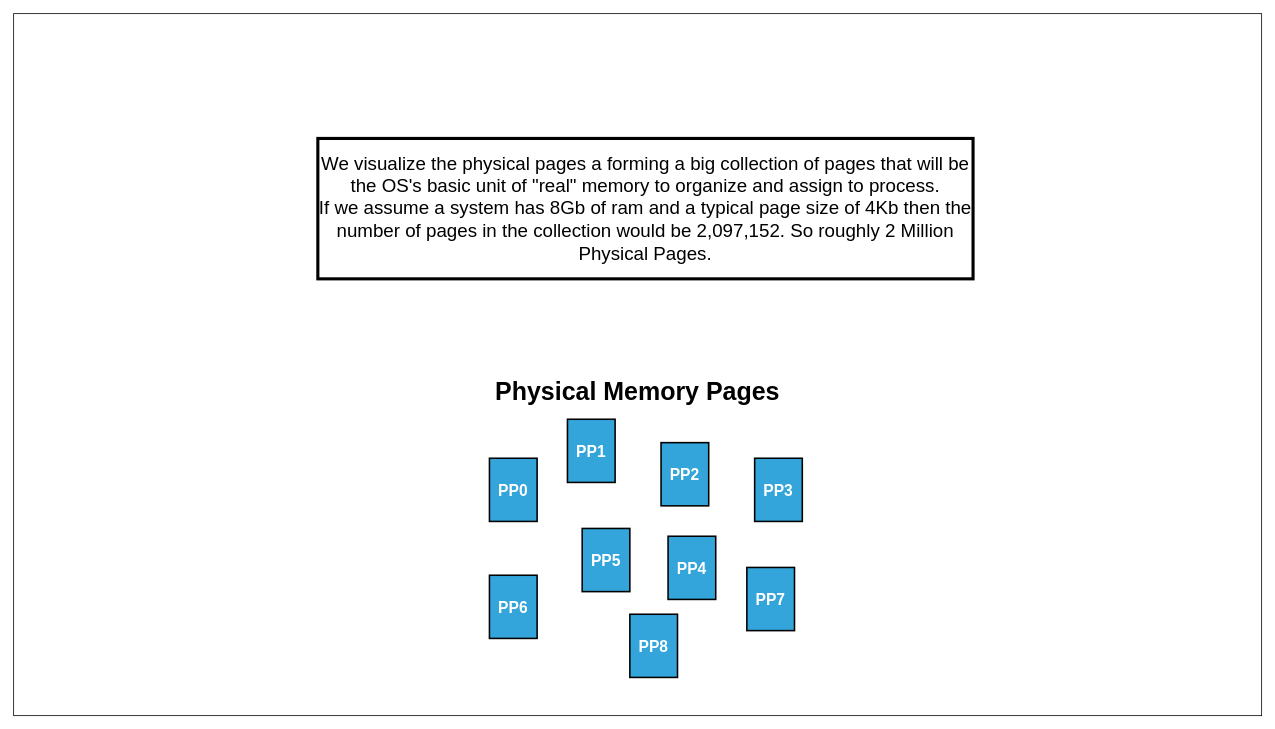
Above: page "PhysMem-004" (4 of 27) of underthecovers/images/src/VMM.drawio in jappavoo/UndertheCovers (draw.io), before the change. Source tidied: cells renumbered, new cells numbered last; positions are measured from the earlier drawing's top-left corner, leaving out a move shared by most shapes. Both pictures are drawn from the tidied source at 78%, with x=0, y=0 at pixel (13, 13).
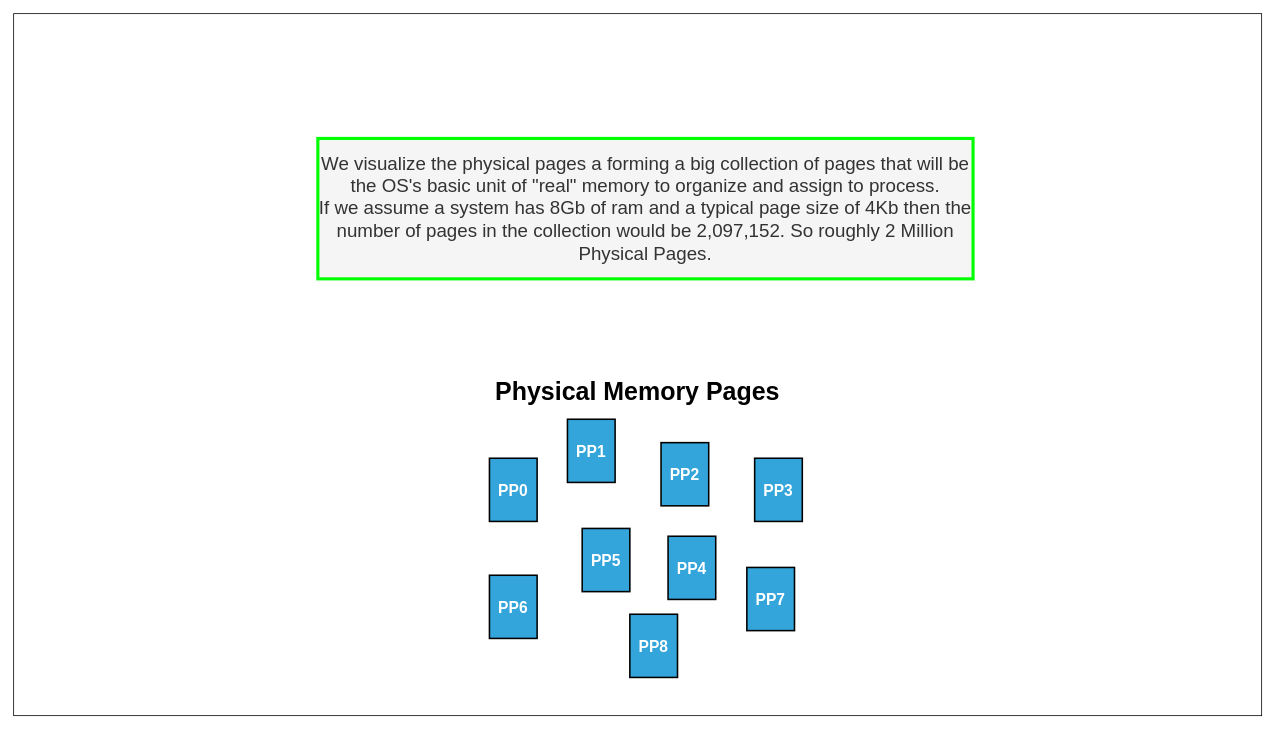
The same diagram, later.

What changed in the source:
```diff
@@
 <mxGraphModel>
   <root>
     <mxCell id="0" />
     <mxCell id="1" parent="0" />
     <mxCell id="2" style="rounded=0;whiteSpace=wrap;html=1;fontSize=20;fillColor=default;" parent="1" vertex="1">
       <mxGeometry width="1600" height="900" as="geometry" />
     </mxCell>
-    <mxCell id="3" value="We visualize the physical pages a forming a big collection of pages that will be the OS's basic unit of &quot;real&quot; memory to organize and assign to process.&lt;br&gt;If we assume a system has 8Gb of ram and a typical page size of 4Kb then the number of pages in the collection would be 2,097,152. So roughly 2 Million Physical Pages." style="rounded=0;whiteSpace=wrap;html=1;strokeWidth=4;fontSize=24;" parent="1" vertex="1">
+    <mxCell id="3" value="We visualize the physical pages a forming a big collection of pages that will be the OS's basic unit of &quot;real&quot; memory to organize and assign to process.&lt;br&gt;If we assume a system has 8Gb of ram and a typical page size of 4Kb then the number of pages in the collection would be 2,097,152. So roughly 2 Million Physical Pages." style="rounded=0;whiteSpace=wrap;html=1;strokeWidth=4;fontSize=24;fillColor=#f5f5f5;fontColor=#333333;strokeColor=#00FF00;" parent="1" vertex="1">
       <mxGeometry x="390" y="160" width="840" height="180" as="geometry" />
     </mxCell>
     <mxCell id="4" value="Physical Memory Pages" style="text;html=1;strokeColor=none;fillColor=none;align=center;verticalAlign=middle;whiteSpace=wrap;rounded=0;strokeWidth=4;fontSize=32;fontStyle=1;" parent="1" vertex="1">
       <mxGeometry x="600" y="470" width="400" height="30" as="geometry" />
     </mxCell>
     <mxCell id="5" value="&lt;font style=&quot;font-size: 20px;&quot;&gt;PP0&lt;/font&gt;" style="rounded=0;whiteSpace=wrap;html=1;strokeWidth=2;fillColor=#34A5DA;fontColor=#FFFFFF;fontSize=20;fontStyle=1;" parent="1" vertex="1">
       <mxGeometry x="610" y="570" width="61.1" height="81" as="geometry" />
     </mxCell>
     <mxCell id="6" value="PP1" style="rounded=0;whiteSpace=wrap;html=1;strokeWidth=2;fillColor=#34A5DA;fontSize=20;fontColor=#FFFFFF;fontStyle=1;" parent="1" vertex="1">
       <mxGeometry x="710" y="520" width="61.1" height="81" as="geometry" />
     </mxCell>
     <mxCell id="7" value="PP2" style="rounded=0;whiteSpace=wrap;html=1;strokeWidth=2;fillColor=#34A5DA;fontSize=20;fontColor=#FFFFFF;fontStyle=1;" parent="1" vertex="1">
       <mxGeometry x="830" y="550" width="61.1" height="81" as="geometry" />
     </mxCell>
     <mxCell id="8" value="PP3" style="rounded=0;whiteSpace=wrap;html=1;strokeWidth=2;fillColor=#34A5DA;fontSize=20;fontColor=#FFFFFF;fontStyle=1;" parent="1" vertex="1">
       <mxGeometry x="950" y="570" width="61.1" height="81" as="geometry" />
     </mxCell>
     <mxCell id="9" value="PP4" style="rounded=0;whiteSpace=wrap;html=1;strokeWidth=2;fillColor=#34A5DA;fontSize=20;fontColor=#FFFFFF;fontStyle=1;" parent="1" vertex="1">
       <mxGeometry x="839" y="670" width="61.1" height="81" as="geometry" />
     </mxCell>
     <mxCell id="10" value="PP5" style="rounded=0;whiteSpace=wrap;html=1;strokeWidth=2;fillColor=#34A5DA;fontSize=20;fontColor=#FFFFFF;fontStyle=1;" parent="1" vertex="1">
       <mxGeometry x="728.9" y="660" width="61.1" height="81" as="geometry" />
     </mxCell>
     <mxCell id="11" value="PP6" style="rounded=0;whiteSpace=wrap;html=1;strokeWidth=2;fillColor=#34A5DA;fontSize=20;fontColor=#FFFFFF;fontStyle=1;" parent="1" vertex="1">
       <mxGeometry x="610" y="720" width="61.1" height="81" as="geometry" />
     </mxCell>
     <mxCell id="12" value="PP7" style="rounded=0;whiteSpace=wrap;html=1;strokeWidth=2;fillColor=#34A5DA;fontSize=20;fontColor=#FFFFFF;fontStyle=1;" parent="1" vertex="1">
       <mxGeometry x="940" y="710" width="61.1" height="81" as="geometry" />
     </mxCell>
     <mxCell id="13" value="PP8" style="rounded=0;whiteSpace=wrap;html=1;strokeWidth=2;fillColor=#34A5DA;fontSize=20;fontColor=#FFFFFF;fontStyle=1;" parent="1" vertex="1">
       <mxGeometry x="790" y="770" width="61.1" height="81" as="geometry" />
     </mxCell>
   </root>
 </mxGraphModel>
```
